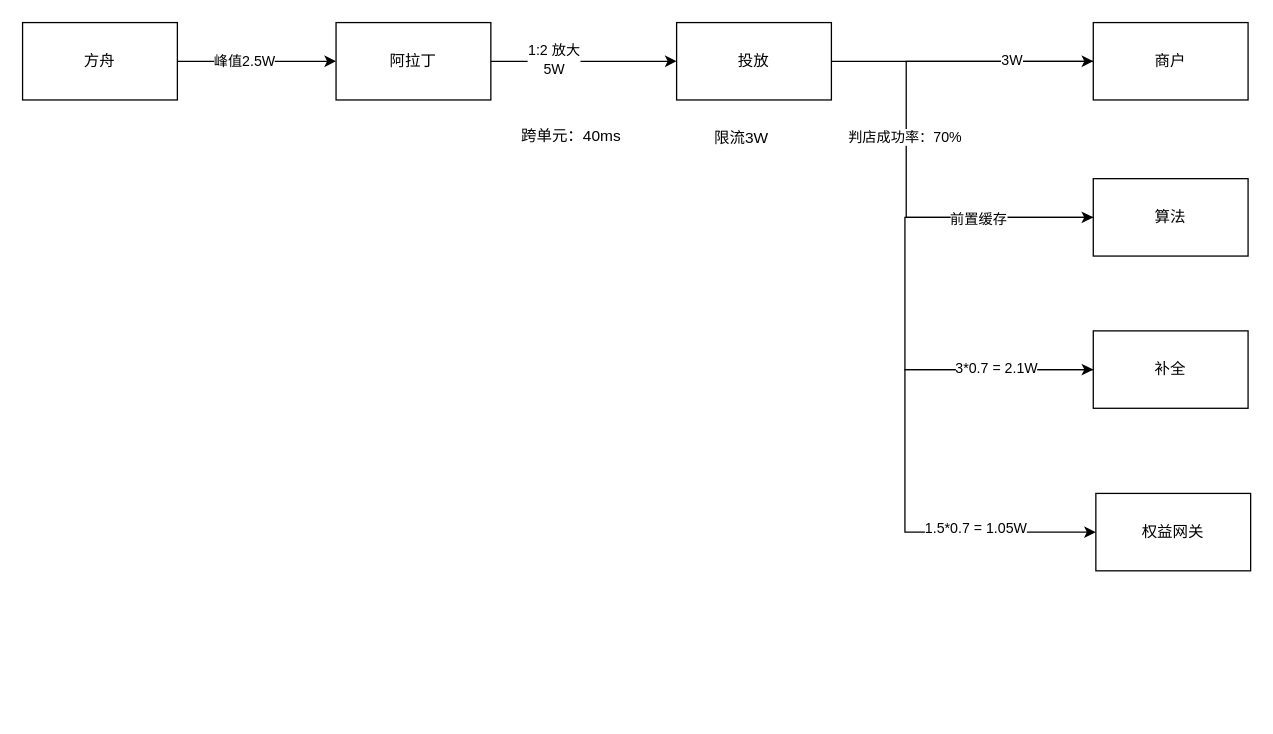
Before: page "第 2 页" (2 of 3) of study.drawio in xzl1428288773/xiaoshuai, a draw.io diagram. Source tidied: cells renumbered, new cells numbered last; positions are measured from the earlier drawing's top-left corner, leaving out a move shared by most shapes. Both pictures are drawn from the tidied source at 129%, with x=0, y=0 at pixel (22, 22).
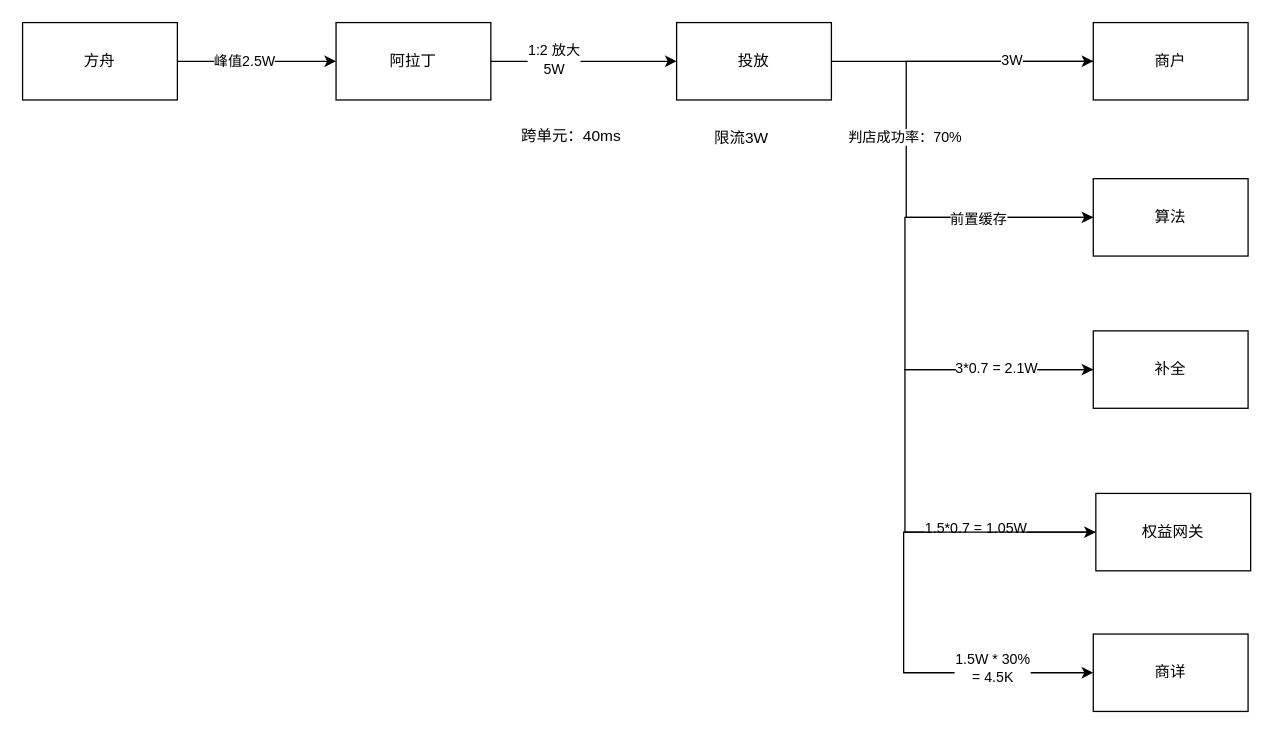
After the change.

Unchanged cells that the change refers to:
```xml
<mxCell id="21" value="权益网关" style="rounded=0;whiteSpace=wrap;html=1;" parent="1" vertex="1">
  <mxGeometry x="832" y="365" width="120" height="60" as="geometry" />
</mxCell>
```

What changed in the source:
```diff
@@
+    <mxCell id="24" style="edgeStyle=orthogonalEdgeStyle;rounded=0;jettySize=auto;html=1;entryX=0;entryY=0.5;entryDx=0;entryDy=0;" parent="1" edge="1" source="21" target="26">
+      <mxGeometry relative="1" as="geometry">
+        <Array as="points">
+          <mxPoint x="683" y="395" />
+          <mxPoint x="683" y="504" />
+        </Array>
+      </mxGeometry>
+    </mxCell>
+    <mxCell id="25" value="1.5W * 30%&lt;br&gt;= 4.5K" style="edgeLabel;html=1;align=center;verticalAlign=middle;" parent="24" vertex="1">
+      <mxGeometry x="0.61" y="4" relative="1" as="geometry" />
+    </mxCell>
@@
+    <mxCell id="26" value="商详" style="rounded=0;whiteSpace=wrap;html=1;" parent="1" vertex="1">
+      <mxGeometry x="830" y="474" width="120" height="60" as="geometry" />
+    </mxCell>
```
